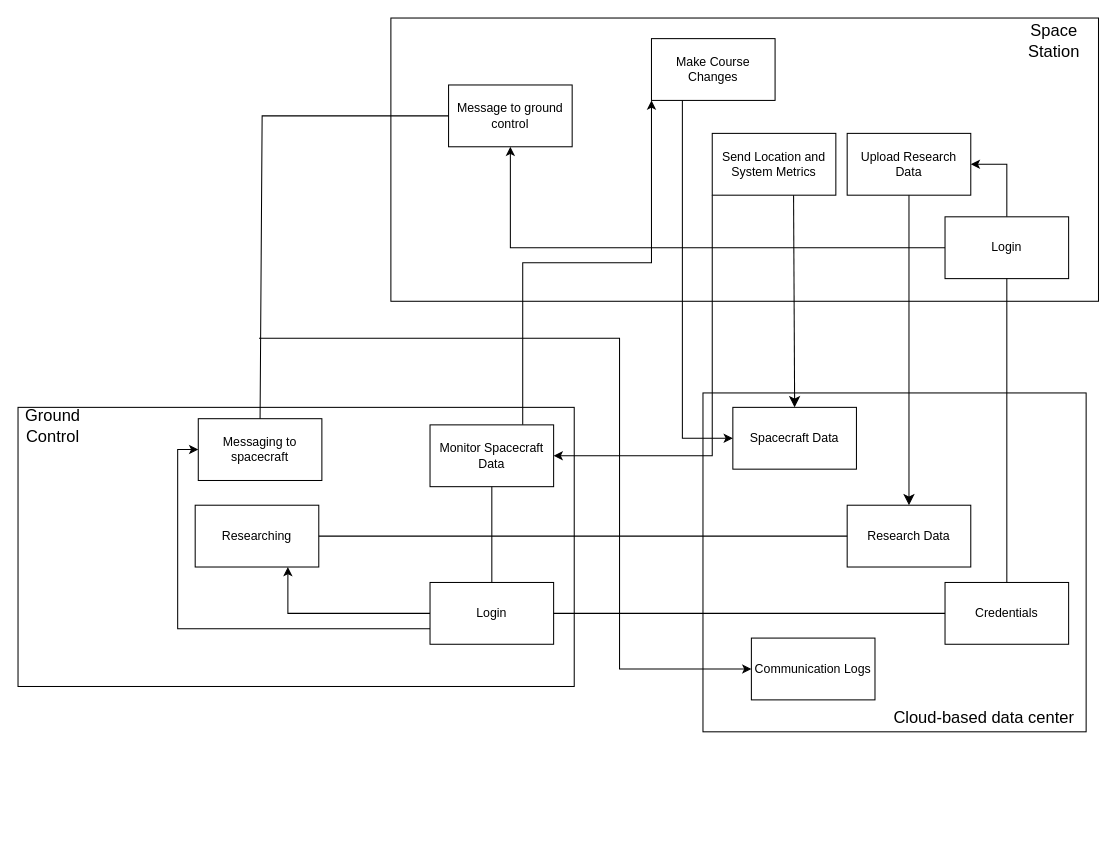
Before: CaseStudies/AstroDev(AD)/AstroDevBSM.drawio in AdamT-S/Secure-Software-Development, a draw.io diagram. Source tidied: cells renumbered, new cells numbered last; positions are measured from the earlier drawing's top-left corner, leaving out a move shared by most shapes. Both pictures are drawn from the tidied source at 103%, with x=0, y=0 at pixel (18, 18).
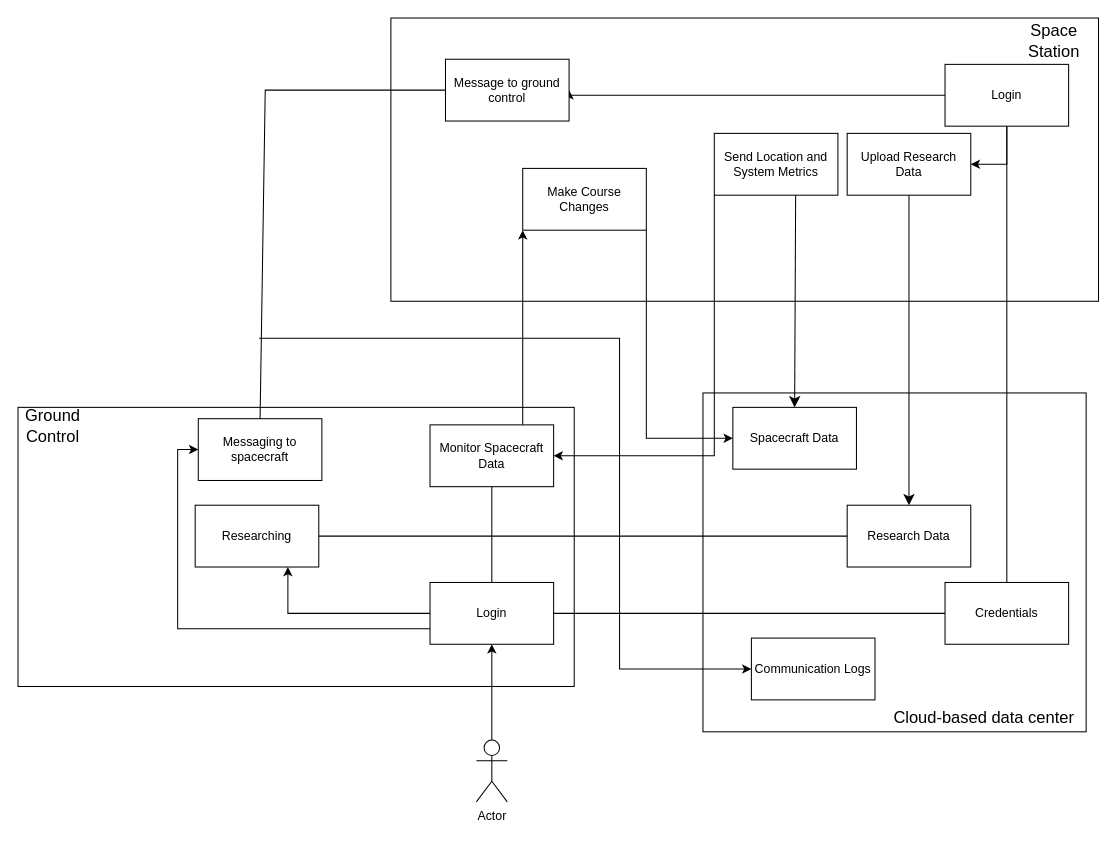
The same diagram, later.

Unchanged cells that the change refers to:
```xml
<mxCell id="4" value="Upload Research Data" style="rounded=0;whiteSpace=wrap;html=1;" parent="1" vertex="1">
  <mxGeometry x="805" y="112" width="120" height="60" as="geometry" />
</mxCell>
<mxCell id="9" value="Spacecraft Data" style="rounded=0;whiteSpace=wrap;html=1;" parent="1" vertex="1">
  <mxGeometry x="694" y="378" width="120" height="60" as="geometry" />
</mxCell>
<mxCell id="18" value="Login" style="rounded=0;whiteSpace=wrap;html=1;" parent="1" vertex="1">
  <mxGeometry x="400" y="548" width="120" height="60" as="geometry" />
</mxCell>
<mxCell id="30" value="Messaging to spacecraft" style="rounded=0;whiteSpace=wrap;html=1;" parent="1" vertex="1">
  <mxGeometry x="175" y="389" width="120" height="60" as="geometry" />
</mxCell>
```

Change to the diagram source:
```diff
@@
     <mxCell id="5" value="Make Course Changes" style="rounded=0;whiteSpace=wrap;html=1;" parent="1" vertex="1">
-      <mxGeometry x="615" y="20" width="120" height="60" as="geometry" />
+      <mxGeometry x="490" y="146" width="120" height="60" as="geometry" />
     </mxCell>
     <mxCell id="6" value="Send Location and System Metrics" style="rounded=0;whiteSpace=wrap;html=1;" parent="1" vertex="1">
-      <mxGeometry x="674" y="112" width="120" height="60" as="geometry" />
+      <mxGeometry x="676" y="112" width="120" height="60" as="geometry" />
     </mxCell>
@@
+    <mxCell id="20" style="edgeStyle=orthogonalEdgeStyle;rounded=0;jettySize=auto;html=1;exitX=0;exitY=0.5;exitDx=0;exitDy=0;entryX=1;entryY=0.5;entryDx=0;entryDy=0;" parent="1" edge="1" source="21" target="31">
+      <mxGeometry relative="1" as="geometry">
+        <Array as="points">
+          <mxPoint x="535" y="75" />
+        </Array>
+      </mxGeometry>
+    </mxCell>
-    <mxCell id="19" style="edgeStyle=orthogonalEdgeStyle;rounded=0;jettySize=auto;html=1;exitX=0.5;exitY=0;exitDx=0;exitDy=0;entryX=1;entryY=0.5;entryDx=0;entryDy=0;" parent="1" edge="1" source="21" target="4">
+    <mxCell id="19" style="edgeStyle=orthogonalEdgeStyle;rounded=0;jettySize=auto;html=1;exitX=0.5;exitY=1;exitDx=0;exitDy=0;entryX=1;entryY=0.5;entryDx=0;entryDy=0;" parent="1" edge="1" source="21" target="4">
       <mxGeometry relative="1" as="geometry" />
     </mxCell>
-    <mxCell id="20" style="edgeStyle=orthogonalEdgeStyle;rounded=0;jettySize=auto;html=1;exitX=0;exitY=0.5;exitDx=0;exitDy=0;" parent="1" edge="1" source="21" target="31">
-      <mxGeometry relative="1" as="geometry" />
-    </mxCell>
     <mxCell id="21" value="Login" style="rounded=0;whiteSpace=wrap;html=1;" parent="1" vertex="1">
-      <mxGeometry x="900" y="193" width="120" height="60" as="geometry" />
+      <mxGeometry x="900" y="45" width="120" height="60" as="geometry" />
     </mxCell>
@@
     <mxCell id="31" value="Message to ground control" style="rounded=0;whiteSpace=wrap;html=1;" parent="1" vertex="1">
-      <mxGeometry x="418" y="65" width="120" height="60" as="geometry" />
+      <mxGeometry x="415" y="40" width="120" height="60" as="geometry" />
     </mxCell>
     <mxCell id="32" style="endArrow=none;html=1;rounded=0;entryX=0;entryY=0.5;entryDx=0;entryDy=0;exitX=0.5;exitY=0;exitDx=0;exitDy=0;" parent="1" edge="1" source="30" target="31">
       <mxGeometry relative="1" as="geometry">
         <Array as="points">
-          <mxPoint x="237" y="95" />
+          <mxPoint x="240" y="70" />
         </Array>
       </mxGeometry>
     </mxCell>
@@
-    <mxCell id="35" style="edgeStyle=orthogonalEdgeStyle;rounded=0;jettySize=auto;html=1;exitX=0.25;exitY=1;exitDx=0;exitDy=0;entryX=0;entryY=0.5;entryDx=0;entryDy=0;" parent="1" edge="1" source="5" target="9">
+    <mxCell id="35" style="edgeStyle=orthogonalEdgeStyle;rounded=0;jettySize=auto;html=1;exitX=1;exitY=1;exitDx=0;exitDy=0;entryX=0;entryY=0.5;entryDx=0;entryDy=0;" parent="1" edge="1" source="5" target="9">
       <mxGeometry relative="1" as="geometry" />
     </mxCell>
+    <mxCell id="36" style="edgeStyle=orthogonalEdgeStyle;rounded=0;jettySize=auto;html=1;exitX=0.5;exitY=0;exitDx=0;exitDy=0;exitPerimeter=0;entryX=0.5;entryY=1;entryDx=0;entryDy=0;" parent="1" edge="1" source="37" target="18">
+      <mxGeometry relative="1" as="geometry" />
+    </mxCell>
+    <mxCell id="37" value="Actor" style="shape=umlActor;verticalLabelPosition=bottom;verticalAlign=top;html=1;outlineConnect=0;" parent="1" vertex="1">
+      <mxGeometry x="445" y="701" width="30" height="60" as="geometry" />
+    </mxCell>
```
